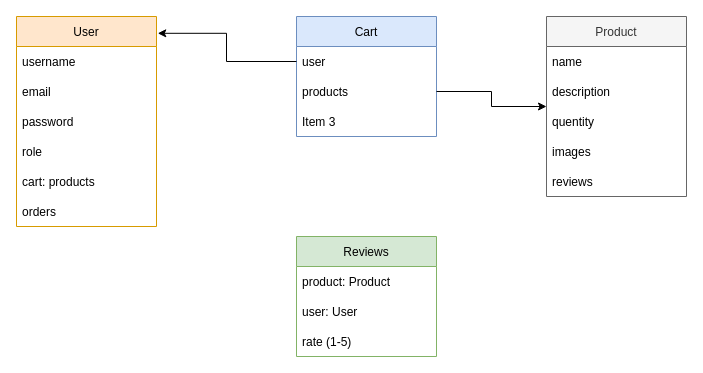
This is diagrams/Untitled Diagram.drawio from Khaled802/wasit, a draw.io file, before an edit. Source tidied: cells renumbered, new cells numbered last; positions are measured from the earlier drawing's top-left corner, leaving out a move shared by most shapes. Both pictures are drawn from the tidied source at 100%, with x=0, y=0 at pixel (16, 16).
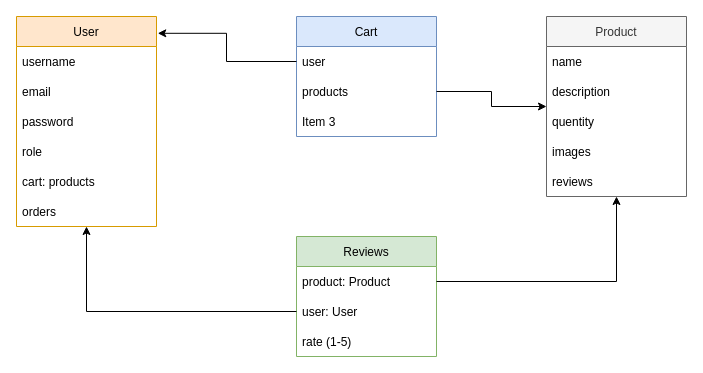
Above is the later version.

Unchanged cells that the change refers to:
```xml
<mxCell id="2" value="Product" style="swimlane;fontStyle=0;horizontal=1;startSize=30;fillColor=#f5f5f5;fontColor=#333333;strokeColor=#666666;" parent="1" vertex="1">
  <mxGeometry x="530" width="140" height="180" as="geometry" />
</mxCell>
<mxCell id="8" value="User" style="swimlane;fontStyle=0;horizontal=1;startSize=30;fillColor=#ffe6cc;strokeColor=#d79b00;" parent="1" vertex="1">
  <mxGeometry width="140" height="210" as="geometry" />
</mxCell>
<mxCell id="16" value="product: Product" style="text;strokeColor=none;fillColor=none;align=left;verticalAlign=middle;spacingLeft=4;spacingRight=4;overflow=hidden;points=[[0,0.5],[1,0.5]];portConstraint=eastwest;" parent="15" vertex="1">
  <mxGeometry y="30" width="140" height="30" as="geometry" />
</mxCell>
<mxCell id="17" value="user: User" style="text;strokeColor=none;fillColor=none;align=left;verticalAlign=middle;spacingLeft=4;spacingRight=4;overflow=hidden;points=[[0,0.5],[1,0.5]];portConstraint=eastwest;" parent="15" vertex="1">
  <mxGeometry y="60" width="140" height="30" as="geometry" />
</mxCell>
```

Change to the diagram source:
```diff
@@
+    <mxCell id="25" style="edgeStyle=orthogonalEdgeStyle;rounded=0;jettySize=auto;html=1;" parent="1" edge="1" source="16" target="2">
+      <mxGeometry relative="1" as="geometry" />
+    </mxCell>
+    <mxCell id="26" style="edgeStyle=orthogonalEdgeStyle;rounded=0;jettySize=auto;html=1;" parent="1" edge="1" source="17" target="8">
+      <mxGeometry relative="1" as="geometry" />
+    </mxCell>
```
